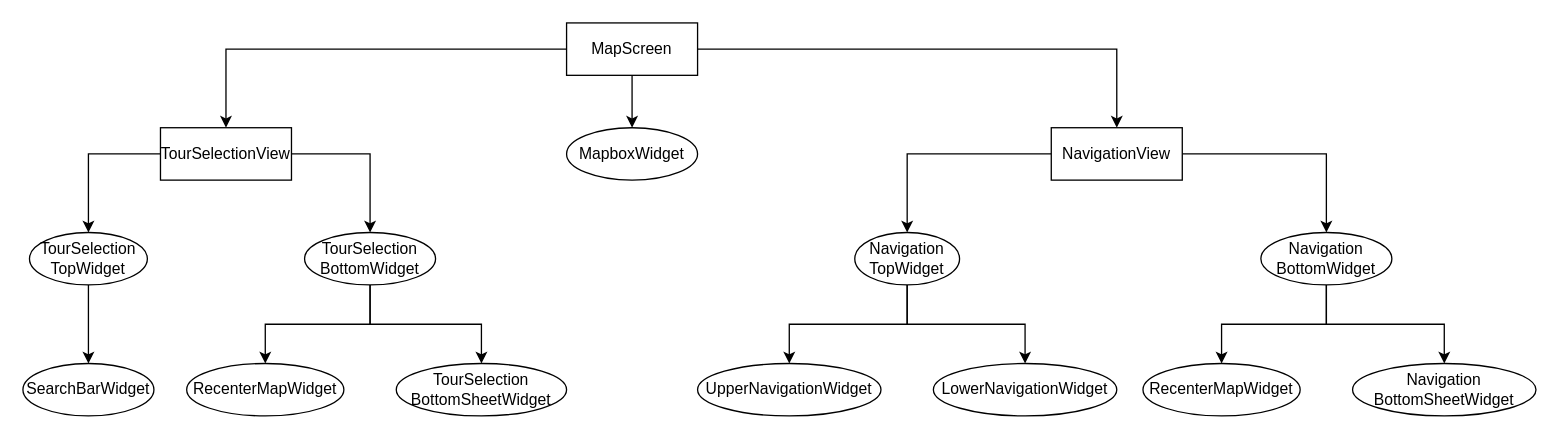
patrick-mahnkopf/bike-gps keeps this draw.io diagram as page "Post-Refactor" (2 of 6) of Methods.drawio. Above is the earlier version. Source tidied: cells renumbered, new cells numbered last; positions are measured from the earlier drawing's top-left corner, leaving out a move shared by most shapes. Both pictures are drawn from the tidied source at 131%, with x=0, y=0 at pixel (22, 22).
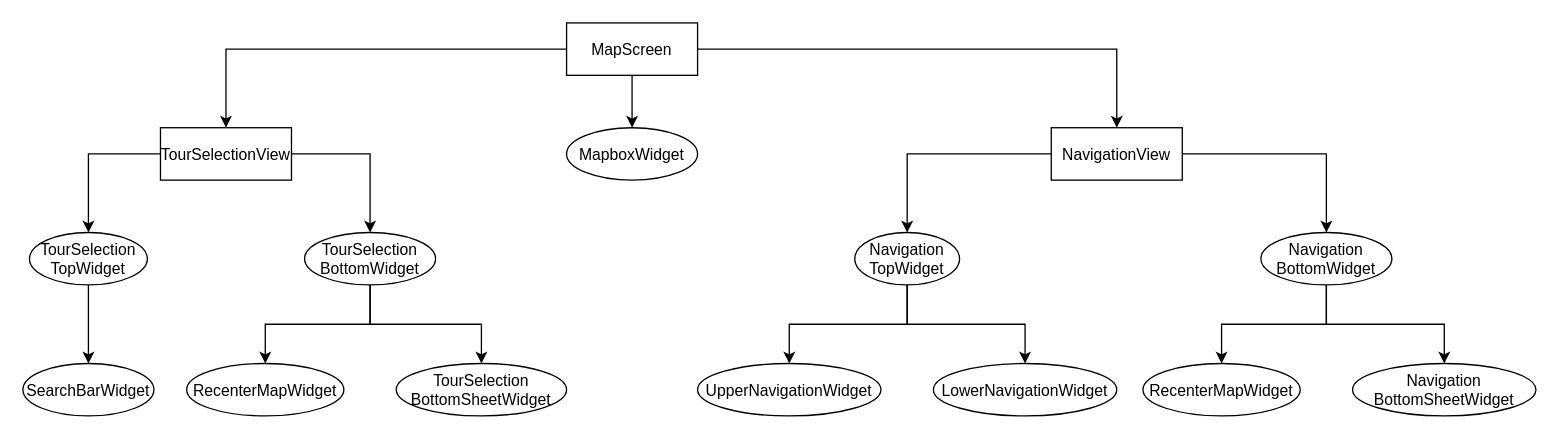
The same diagram, later.

Diff of the diagram source:
```diff
@@
-    <mxCell id="2" style="edgeStyle=orthogonalEdgeStyle;rounded=0;jettySize=auto;html=1;" parent="1" edge="1" source="5" target="6">
+    <mxCell id="2" style="edgeStyle=orthogonalEdgeStyle;rounded=0;jettySize=auto;" parent="1" edge="1" source="5" target="6">
       <mxGeometry relative="1" as="geometry" />
     </mxCell>
-    <mxCell id="3" style="edgeStyle=orthogonalEdgeStyle;rounded=0;jettySize=auto;html=1;" parent="1" edge="1" source="5" target="9">
+    <mxCell id="3" style="edgeStyle=orthogonalEdgeStyle;rounded=0;jettySize=auto;" parent="1" edge="1" source="5" target="9">
       <mxGeometry relative="1" as="geometry" />
     </mxCell>
-    <mxCell id="4" style="edgeStyle=orthogonalEdgeStyle;rounded=0;jettySize=auto;html=1;" parent="1" edge="1" source="5" target="12">
+    <mxCell id="4" style="edgeStyle=orthogonalEdgeStyle;rounded=0;jettySize=auto;" parent="1" edge="1" source="5" target="12">
       <mxGeometry relative="1" as="geometry" />
     </mxCell>
-    <mxCell id="5" value="MapScreen" style="whiteSpace=wrap;html=1;align=center;" parent="1" vertex="1">
+    <mxCell id="5" value="MapScreen" style="align=center;" parent="1" vertex="1">
       <mxGeometry x="415" width="100" height="40" as="geometry" />
     </mxCell>
-    <mxCell id="6" value="MapboxWidget" style="ellipse;whiteSpace=wrap;html=1;align=center;" parent="1" vertex="1">
+    <mxCell id="6" value="MapboxWidget" style="ellipse;align=center;" parent="1" vertex="1">
       <mxGeometry x="415" y="80" width="100" height="40" as="geometry" />
     </mxCell>
-    <mxCell id="7" style="edgeStyle=orthogonalEdgeStyle;rounded=0;jettySize=auto;html=1;" parent="1" edge="1" source="9" target="17">
+    <mxCell id="7" style="edgeStyle=orthogonalEdgeStyle;rounded=0;jettySize=auto;" parent="1" edge="1" source="9" target="17">
       <mxGeometry relative="1" as="geometry" />
     </mxCell>
-    <mxCell id="8" style="edgeStyle=orthogonalEdgeStyle;rounded=0;jettySize=auto;html=1;" parent="1" edge="1" source="9" target="14">
+    <mxCell id="8" style="edgeStyle=orthogonalEdgeStyle;rounded=0;jettySize=auto;" parent="1" edge="1" source="9" target="14">
       <mxGeometry relative="1" as="geometry" />
     </mxCell>
-    <mxCell id="9" value="TourSelectionView" style="whiteSpace=wrap;html=1;align=center;" parent="1" vertex="1">
+    <mxCell id="9" value="TourSelectionView" style="align=center;" parent="1" vertex="1">
       <mxGeometry x="105" y="80" width="100" height="40" as="geometry" />
     </mxCell>
-    <mxCell id="10" style="edgeStyle=orthogonalEdgeStyle;rounded=0;jettySize=auto;html=1;" parent="1" edge="1" source="12" target="23">
+    <mxCell id="10" style="edgeStyle=orthogonalEdgeStyle;rounded=0;jettySize=auto;" parent="1" edge="1" source="12" target="23">
       <mxGeometry relative="1" as="geometry" />
     </mxCell>
-    <mxCell id="11" style="edgeStyle=orthogonalEdgeStyle;rounded=0;jettySize=auto;html=1;" parent="1" edge="1" source="12" target="26">
+    <mxCell id="11" style="edgeStyle=orthogonalEdgeStyle;rounded=0;jettySize=auto;" parent="1" edge="1" source="12" target="26">
       <mxGeometry relative="1" as="geometry" />
     </mxCell>
-    <mxCell id="12" value="NavigationView" style="whiteSpace=wrap;html=1;align=center;" parent="1" vertex="1">
+    <mxCell id="12" value="NavigationView" style="align=center;" parent="1" vertex="1">
       <mxGeometry x="785" y="80" width="100" height="40" as="geometry" />
     </mxCell>
-    <mxCell id="13" style="edgeStyle=orthogonalEdgeStyle;rounded=0;jettySize=auto;html=1;" parent="1" edge="1" source="14" target="18">
+    <mxCell id="13" style="edgeStyle=orthogonalEdgeStyle;rounded=0;jettySize=auto;" parent="1" edge="1" source="14" target="18">
       <mxGeometry relative="1" as="geometry" />
     </mxCell>
-    <mxCell id="14" value="TourSelection&lt;br&gt;TopWidget" style="ellipse;whiteSpace=wrap;html=1;align=center;" parent="1" vertex="1">
+    <mxCell id="14" value="TourSelection&#10;TopWidget" style="ellipse;align=center;" parent="1" vertex="1">
       <mxGeometry x="5" y="160" width="90" height="40" as="geometry" />
     </mxCell>
-    <mxCell id="15" style="edgeStyle=orthogonalEdgeStyle;rounded=0;jettySize=auto;html=1;" parent="1" edge="1" source="17" target="20">
+    <mxCell id="15" style="edgeStyle=orthogonalEdgeStyle;rounded=0;jettySize=auto;" parent="1" edge="1" source="17" target="20">
       <mxGeometry relative="1" as="geometry" />
     </mxCell>
-    <mxCell id="16" style="edgeStyle=orthogonalEdgeStyle;rounded=0;jettySize=auto;html=1;" parent="1" edge="1" source="17" target="19">
+    <mxCell id="16" style="edgeStyle=orthogonalEdgeStyle;rounded=0;jettySize=auto;" parent="1" edge="1" source="17" target="19">
       <mxGeometry relative="1" as="geometry" />
     </mxCell>
-    <mxCell id="17" value="TourSelection&lt;br&gt;BottomWidget" style="ellipse;whiteSpace=wrap;html=1;align=center;" parent="1" vertex="1">
+    <mxCell id="17" value="TourSelection&#10;BottomWidget" style="ellipse;align=center;" parent="1" vertex="1">
       <mxGeometry x="215" y="160" width="100" height="40" as="geometry" />
     </mxCell>
-    <mxCell id="18" value="SearchBarWidget" style="ellipse;whiteSpace=wrap;html=1;align=center;" parent="1" vertex="1">
+    <mxCell id="18" value="SearchBarWidget" style="ellipse;align=center;" parent="1" vertex="1">
       <mxGeometry y="260" width="100" height="40" as="geometry" />
     </mxCell>
-    <mxCell id="19" value="TourSelection&lt;br&gt;BottomSheetWidget" style="ellipse;whiteSpace=wrap;html=1;align=center;" parent="1" vertex="1">
+    <mxCell id="19" value="TourSelection&#10;BottomSheetWidget" style="ellipse;align=center;" parent="1" vertex="1">
       <mxGeometry x="285" y="260" width="130" height="40" as="geometry" />
     </mxCell>
-    <mxCell id="20" value="RecenterMapWidget" style="ellipse;whiteSpace=wrap;html=1;align=center;" parent="1" vertex="1">
+    <mxCell id="20" value="RecenterMapWidget" style="ellipse;align=center;" parent="1" vertex="1">
       <mxGeometry x="125" y="260" width="120" height="40" as="geometry" />
     </mxCell>
-    <mxCell id="21" style="edgeStyle=orthogonalEdgeStyle;rounded=0;jettySize=auto;html=1;" parent="1" edge="1" source="23" target="27">
+    <mxCell id="21" style="edgeStyle=orthogonalEdgeStyle;rounded=0;jettySize=auto;" parent="1" edge="1" source="23" target="27">
       <mxGeometry relative="1" as="geometry" />
     </mxCell>
-    <mxCell id="22" style="edgeStyle=orthogonalEdgeStyle;rounded=0;jettySize=auto;html=1;" parent="1" edge="1" source="23" target="30">
+    <mxCell id="22" style="edgeStyle=orthogonalEdgeStyle;rounded=0;jettySize=auto;" parent="1" edge="1" source="23" target="30">
       <mxGeometry relative="1" as="geometry" />
     </mxCell>
-    <mxCell id="23" value="Navigation&lt;br&gt;TopWidget" style="ellipse;whiteSpace=wrap;html=1;align=center;" parent="1" vertex="1">
+    <mxCell id="23" value="Navigation&#10;TopWidget" style="ellipse;align=center;" parent="1" vertex="1">
       <mxGeometry x="635" y="160" width="80" height="40" as="geometry" />
     </mxCell>
-    <mxCell id="24" style="edgeStyle=orthogonalEdgeStyle;rounded=0;jettySize=auto;html=1;" parent="1" edge="1" source="26" target="29">
+    <mxCell id="24" style="edgeStyle=orthogonalEdgeStyle;rounded=0;jettySize=auto;" parent="1" edge="1" source="26" target="29">
       <mxGeometry relative="1" as="geometry" />
     </mxCell>
-    <mxCell id="25" style="edgeStyle=orthogonalEdgeStyle;rounded=0;jettySize=auto;html=1;" parent="1" edge="1" source="26" target="28">
+    <mxCell id="25" style="edgeStyle=orthogonalEdgeStyle;rounded=0;jettySize=auto;" parent="1" edge="1" source="26" target="28">
       <mxGeometry relative="1" as="geometry" />
     </mxCell>
-    <mxCell id="26" value="Navigation&lt;br&gt;BottomWidget" style="ellipse;whiteSpace=wrap;html=1;align=center;" parent="1" vertex="1">
+    <mxCell id="26" value="Navigation&#10;BottomWidget" style="ellipse;align=center;" parent="1" vertex="1">
       <mxGeometry x="945" y="160" width="100" height="40" as="geometry" />
     </mxCell>
-    <mxCell id="27" value="UpperNavigationWidget" style="ellipse;whiteSpace=wrap;html=1;align=center;" parent="1" vertex="1">
+    <mxCell id="27" value="UpperNavigationWidget" style="ellipse;align=center;" parent="1" vertex="1">
       <mxGeometry x="515" y="260" width="140" height="40" as="geometry" />
     </mxCell>
-    <mxCell id="28" value="Navigation&lt;br&gt;BottomSheetWidget" style="ellipse;whiteSpace=wrap;html=1;align=center;" parent="1" vertex="1">
+    <mxCell id="28" value="Navigation&#10;BottomSheetWidget" style="ellipse;align=center;" parent="1" vertex="1">
       <mxGeometry x="1015" y="260" width="140" height="40" as="geometry" />
     </mxCell>
-    <mxCell id="29" value="RecenterMapWidget" style="ellipse;whiteSpace=wrap;html=1;align=center;" parent="1" vertex="1">
+    <mxCell id="29" value="RecenterMapWidget" style="ellipse;align=center;" parent="1" vertex="1">
       <mxGeometry x="855" y="260" width="120" height="40" as="geometry" />
     </mxCell>
-    <mxCell id="30" value="LowerNavigationWidget" style="ellipse;whiteSpace=wrap;html=1;align=center;" parent="1" vertex="1">
+    <mxCell id="30" value="LowerNavigationWidget" style="ellipse;align=center;" parent="1" vertex="1">
       <mxGeometry x="695" y="260" width="140" height="40" as="geometry" />
     </mxCell>
```
